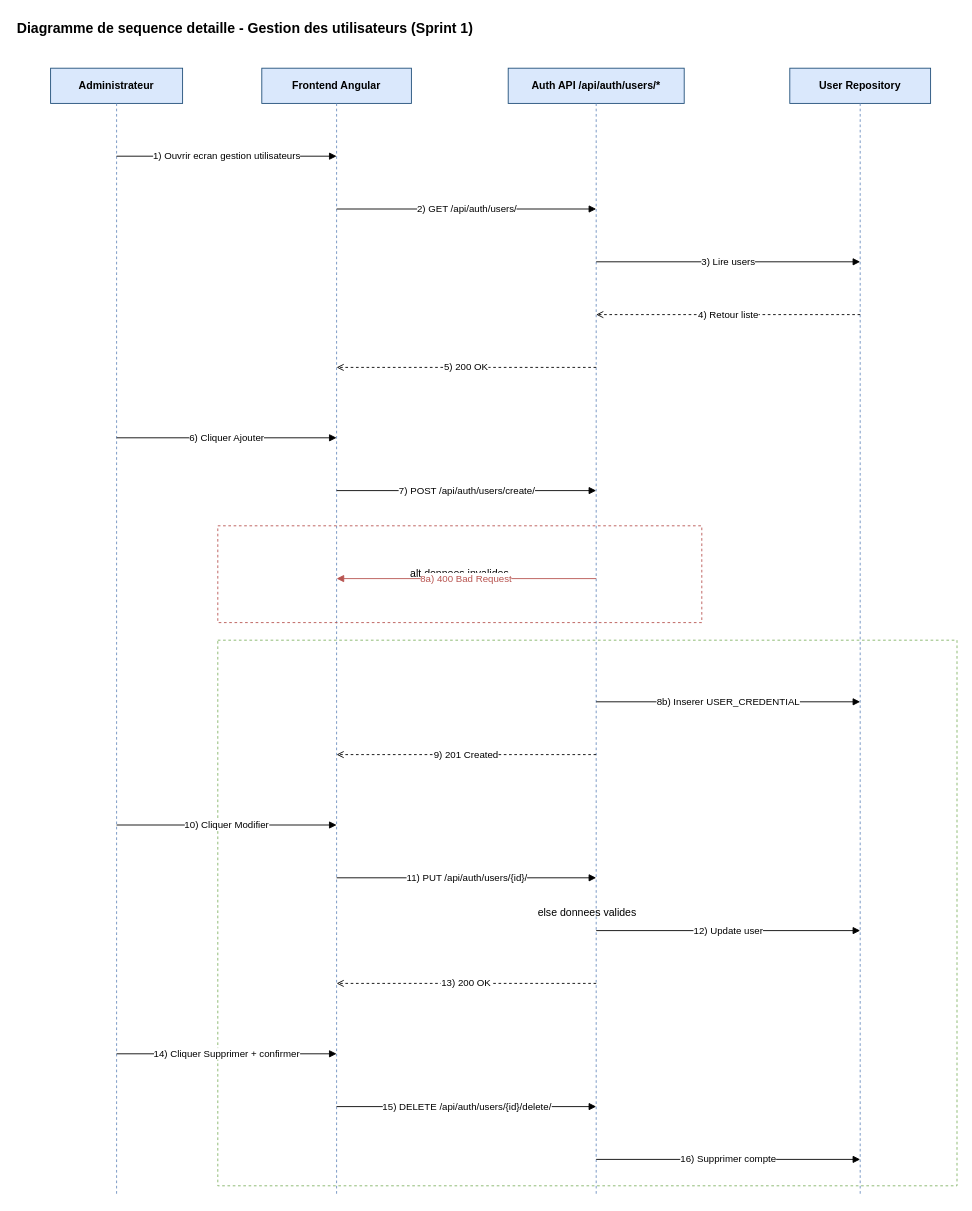
The draw.io diagram page "Seq-Gestion-Utilisateur-Sprint1" (2 of 2) of isimm-platform/docs/diagrams/sprint1-sequence-auth-gestion-v2.drawio in dutryJll/PFE-Project, before the edit. Source tidied: cells renumbered, new cells numbered last; positions are measured from the earlier drawing's top-left corner, leaving out a move shared by most shapes. Both pictures are drawn from the tidied source at 88%, with x=0, y=0 at pixel (15, 15).
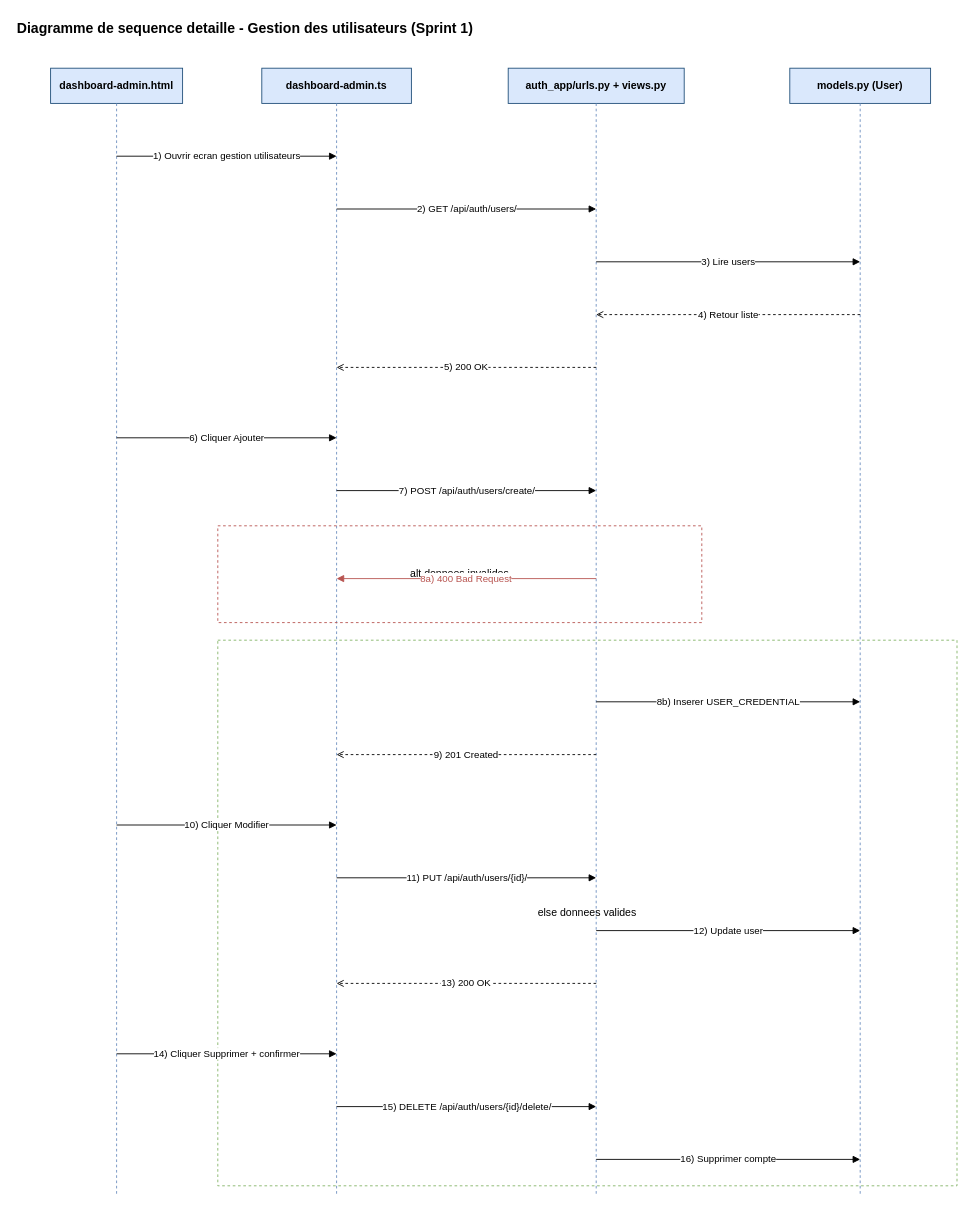
The same diagram, later.

The edit, as a diff of the source:
```diff
@@
-    <mxCell id="3" value="Administrateur" style="rounded=0;whiteSpace=wrap;html=1;fillColor=#DAE8FC;strokeColor=#1F4E78;fontStyle=1;" parent="1" vertex="1">
+    <mxCell id="3" value="dashboard-admin.html" style="rounded=0;whiteSpace=wrap;html=1;fillColor=#DAE8FC;strokeColor=#1F4E78;fontStyle=1;" parent="1" vertex="1">
       <mxGeometry x="40" y="60" width="150" height="40" as="geometry" />
     </mxCell>
-    <mxCell id="4" value="Frontend Angular" style="rounded=0;whiteSpace=wrap;html=1;fillColor=#DAE8FC;strokeColor=#1F4E78;fontStyle=1;" parent="1" vertex="1">
+    <mxCell id="4" value="dashboard-admin.ts" style="rounded=0;whiteSpace=wrap;html=1;fillColor=#DAE8FC;strokeColor=#1F4E78;fontStyle=1;" parent="1" vertex="1">
       <mxGeometry x="280" y="60" width="170" height="40" as="geometry" />
     </mxCell>
-    <mxCell id="5" value="Auth API /api/auth/users/*" style="rounded=0;whiteSpace=wrap;html=1;fillColor=#DAE8FC;strokeColor=#1F4E78;fontStyle=1;" parent="1" vertex="1">
+    <mxCell id="5" value="auth_app/urls.py + views.py" style="rounded=0;whiteSpace=wrap;html=1;fillColor=#DAE8FC;strokeColor=#1F4E78;fontStyle=1;" parent="1" vertex="1">
       <mxGeometry x="560" y="60" width="200" height="40" as="geometry" />
     </mxCell>
-    <mxCell id="6" value="User Repository" style="rounded=0;whiteSpace=wrap;html=1;fillColor=#DAE8FC;strokeColor=#1F4E78;fontStyle=1;" parent="1" vertex="1">
+    <mxCell id="6" value="models.py (User)" style="rounded=0;whiteSpace=wrap;html=1;fillColor=#DAE8FC;strokeColor=#1F4E78;fontStyle=1;" parent="1" vertex="1">
       <mxGeometry x="880" y="60" width="160" height="40" as="geometry" />
     </mxCell>
```
